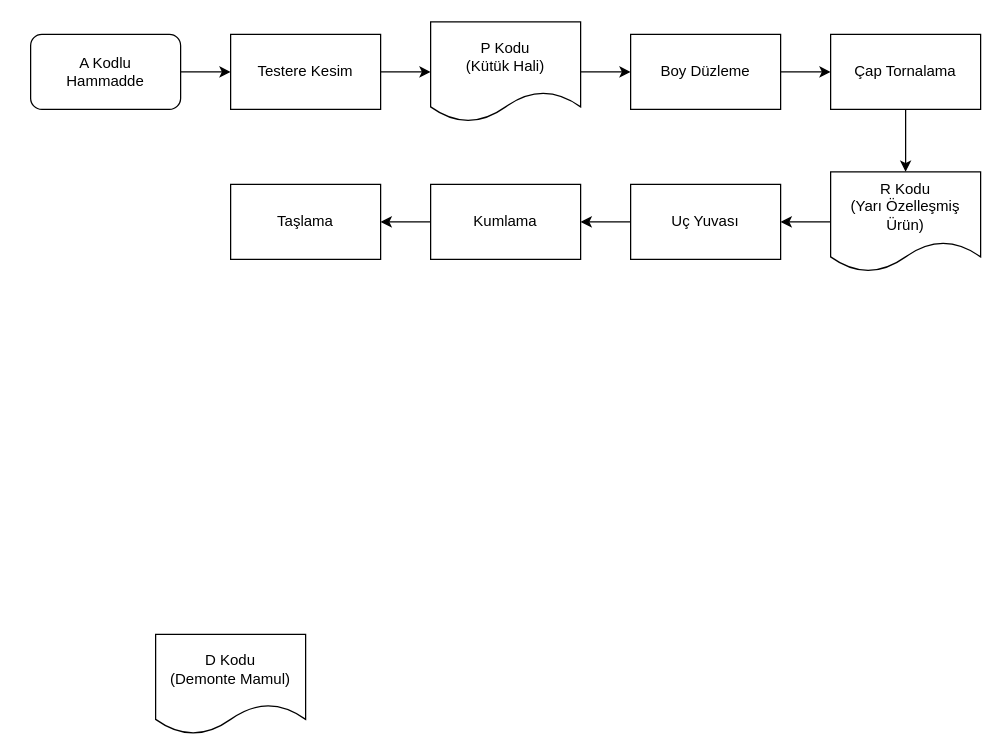
The draw.io diagram xmls/Başlıksız Diyagram.drawio in ahmetnihat/diagrams, before the edit. Source tidied: cells renumbered, new cells numbered last; positions are measured from the earlier drawing's top-left corner, leaving out a move shared by most shapes. Both pictures are drawn from the tidied source at 125%, with x=0, y=0 at pixel (30, 21).
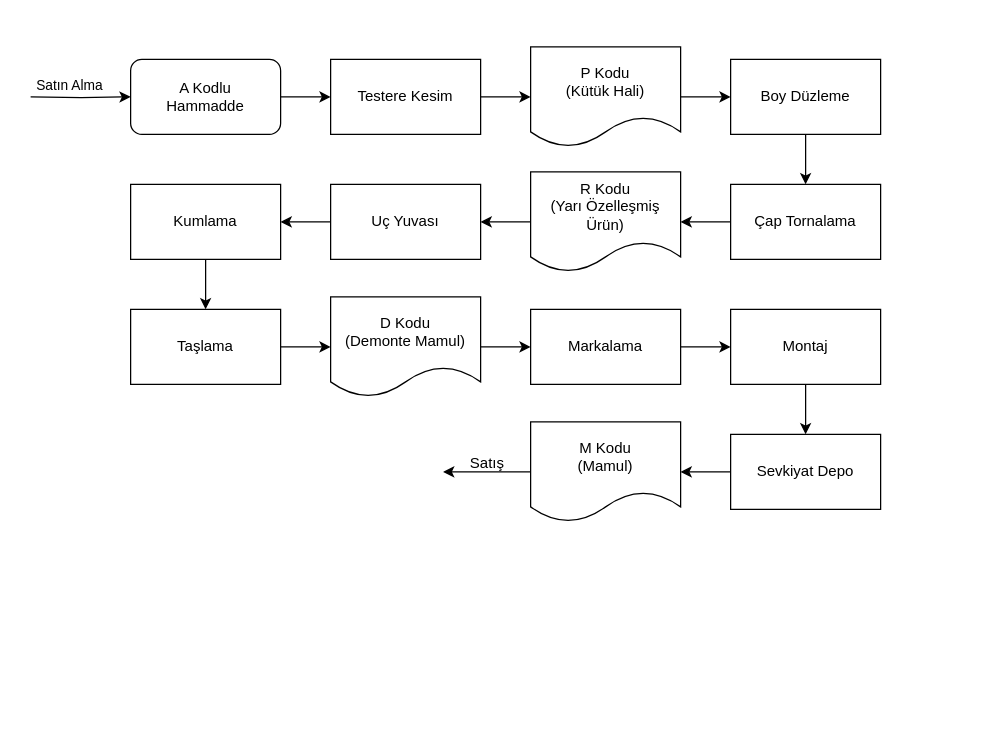
The same diagram, later.

Commit message:
Güncelleme Üretim Süreci Diyagram.drawio

The edit, as a diff of the source:
```diff
@@
     <mxCell id="3" value="Testere Kesim" style="rounded=0;whiteSpace=wrap;html=1;" parent="1" vertex="1">
-      <mxGeometry x="160" y="10" width="120" height="60" as="geometry" />
+      <mxGeometry x="240" y="30" width="120" height="60" as="geometry" />
     </mxCell>
@@
     <mxCell id="5" value="Boy Düzleme" style="rounded=0;whiteSpace=wrap;html=1;" parent="1" vertex="1">
-      <mxGeometry x="480" y="10" width="120" height="60" as="geometry" />
+      <mxGeometry x="560" y="30" width="120" height="60" as="geometry" />
     </mxCell>
@@
     <mxCell id="7" value="A Kodlu&lt;div&gt;Hammadde&lt;/div&gt;" style="rounded=1;whiteSpace=wrap;html=1;" parent="1" vertex="1">
-      <mxGeometry y="10" width="120" height="60" as="geometry" />
+      <mxGeometry x="80" y="30" width="120" height="60" as="geometry" />
     </mxCell>
@@
     <mxCell id="9" value="P Kodu&lt;div&gt;(Kütük Hali)&lt;/div&gt;" style="shape=document;whiteSpace=wrap;html=1;boundedLbl=1;" parent="1" vertex="1">
-      <mxGeometry x="320" width="120" height="80" as="geometry" />
+      <mxGeometry x="400" y="20" width="120" height="80" as="geometry" />
     </mxCell>
@@
     <mxCell id="11" value="Çap Tornalama" style="rounded=0;whiteSpace=wrap;html=1;" parent="1" vertex="1">
-      <mxGeometry x="640" y="10" width="120" height="60" as="geometry" />
+      <mxGeometry x="560" y="130" width="120" height="60" as="geometry" />
     </mxCell>
@@
     <mxCell id="13" value="R Kodu&lt;div&gt;(Yarı Özelleşmiş Ürün)&lt;/div&gt;" style="shape=document;whiteSpace=wrap;html=1;boundedLbl=1;" parent="1" vertex="1">
-      <mxGeometry x="640" y="120" width="120" height="80" as="geometry" />
+      <mxGeometry x="400" y="120" width="120" height="80" as="geometry" />
     </mxCell>
@@
     <mxCell id="15" value="Uç Yuvası" style="rounded=0;whiteSpace=wrap;html=1;" parent="1" vertex="1">
-      <mxGeometry x="480" y="130" width="120" height="60" as="geometry" />
+      <mxGeometry x="240" y="130" width="120" height="60" as="geometry" />
     </mxCell>
+    <mxCell id="20" style="edgeStyle=orthogonalEdgeStyle;rounded=0;jettySize=auto;html=1;" parent="1" edge="1" source="16" target="19">
+      <mxGeometry relative="1" as="geometry" />
+    </mxCell>
     <mxCell id="16" value="Taşlama" style="rounded=0;whiteSpace=wrap;html=1;" parent="1" vertex="1">
-      <mxGeometry x="160" y="130" width="120" height="60" as="geometry" />
+      <mxGeometry x="80" y="230" width="120" height="60" as="geometry" />
     </mxCell>
@@
     <mxCell id="18" value="Kumlama" style="rounded=0;whiteSpace=wrap;html=1;" parent="1" vertex="1">
-      <mxGeometry x="320" y="130" width="120" height="60" as="geometry" />
+      <mxGeometry x="80" y="130" width="120" height="60" as="geometry" />
     </mxCell>
+    <mxCell id="21" style="edgeStyle=orthogonalEdgeStyle;rounded=0;jettySize=auto;html=1;" parent="1" edge="1" source="19" target="25">
+      <mxGeometry relative="1" as="geometry" />
+    </mxCell>
     <mxCell id="19" value="D Kodu&lt;div&gt;(Demonte Mamul)&lt;/div&gt;" style="shape=document;whiteSpace=wrap;html=1;boundedLbl=1;" parent="1" vertex="1">
-      <mxGeometry x="100" y="490" width="120" height="80" as="geometry" />
+      <mxGeometry x="240" y="220" width="120" height="80" as="geometry" />
     </mxCell>
+    <mxCell id="22" style="edgeStyle=orthogonalEdgeStyle;rounded=0;jettySize=auto;html=1;" parent="1" edge="1" source="23" target="27">
+      <mxGeometry relative="1" as="geometry" />
+    </mxCell>
+    <mxCell id="23" value="Montaj" style="rounded=0;whiteSpace=wrap;html=1;" parent="1" vertex="1">
+      <mxGeometry x="560" y="230" width="120" height="60" as="geometry" />
+    </mxCell>
+    <mxCell id="24" style="edgeStyle=orthogonalEdgeStyle;rounded=0;jettySize=auto;html=1;" parent="1" edge="1" source="25" target="23">
+      <mxGeometry relative="1" as="geometry" />
+    </mxCell>
+    <mxCell id="25" value="Markalama" style="rounded=0;whiteSpace=wrap;html=1;" parent="1" vertex="1">
+      <mxGeometry x="400" y="230" width="120" height="60" as="geometry" />
+    </mxCell>
+    <mxCell id="26" style="edgeStyle=orthogonalEdgeStyle;rounded=0;jettySize=auto;html=1;" parent="1" edge="1" source="27" target="29">
+      <mxGeometry relative="1" as="geometry" />
+    </mxCell>
+    <mxCell id="27" value="Sevkiyat Depo" style="rounded=0;whiteSpace=wrap;html=1;" parent="1" vertex="1">
+      <mxGeometry x="560" y="330" width="120" height="60" as="geometry" />
+    </mxCell>
+    <mxCell id="28" style="edgeStyle=orthogonalEdgeStyle;rounded=0;jettySize=auto;html=1;" parent="1" edge="1" source="29">
+      <mxGeometry relative="1" as="geometry">
+        <mxPoint x="330" y="360" as="targetPoint" />
+      </mxGeometry>
+    </mxCell>
+    <mxCell id="29" value="M Kodu&lt;div&gt;(Mamul)&lt;/div&gt;" style="shape=document;whiteSpace=wrap;html=1;boundedLbl=1;" parent="1" vertex="1">
+      <mxGeometry x="400" y="320" width="120" height="80" as="geometry" />
+    </mxCell>
+    <mxCell id="30" style="edgeStyle=orthogonalEdgeStyle;rounded=0;jettySize=auto;html=1;entryX=0;entryY=0.5;entryDx=0;entryDy=0;" parent="1" edge="1" target="7">
+      <mxGeometry relative="1" as="geometry">
+        <mxPoint y="60" as="sourcePoint" />
+      </mxGeometry>
+    </mxCell>
+    <mxCell id="31" value="Satın Alma" style="edgeLabel;html=1;align=center;verticalAlign=middle;" parent="30" vertex="1">
+      <mxGeometry x="-0.5" y="2" relative="1" as="geometry">
+        <mxPoint x="10" y="-8" as="offset" />
+      </mxGeometry>
+    </mxCell>
+    <mxCell id="32" value="Satış" style="text;html=1;align=center;verticalAlign=middle;strokeColor=none;fillColor=none;" parent="1" vertex="1">
+      <mxGeometry x="340" y="338" width="50" height="30" as="geometry" />
+    </mxCell>
```
